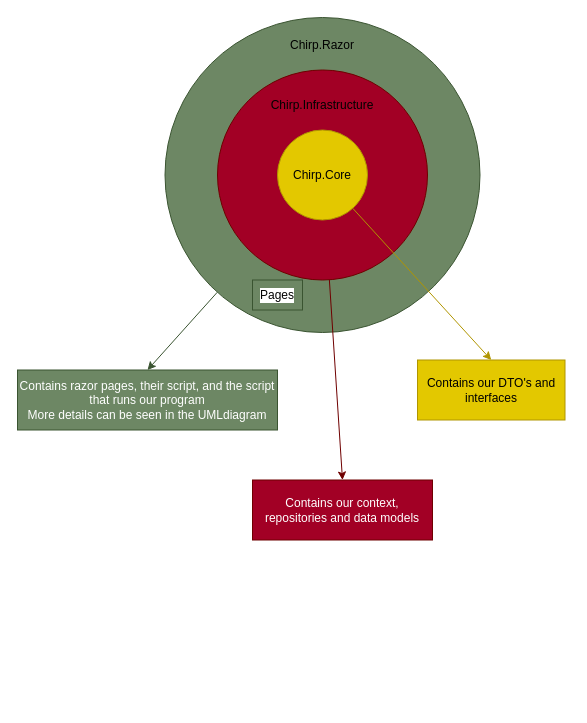
The draw.io diagram Docs/Images/OnionArchitectureDiagram.drawio in ITU-BDSA23-GROUP4/Chirp, before the edit. Source tidied: cells renumbered, new cells numbered last; positions are measured from the earlier drawing's top-left corner, leaving out a move shared by most shapes. Both pictures are drawn from the tidied source at 100%, with x=0, y=0 at pixel (17, 17).
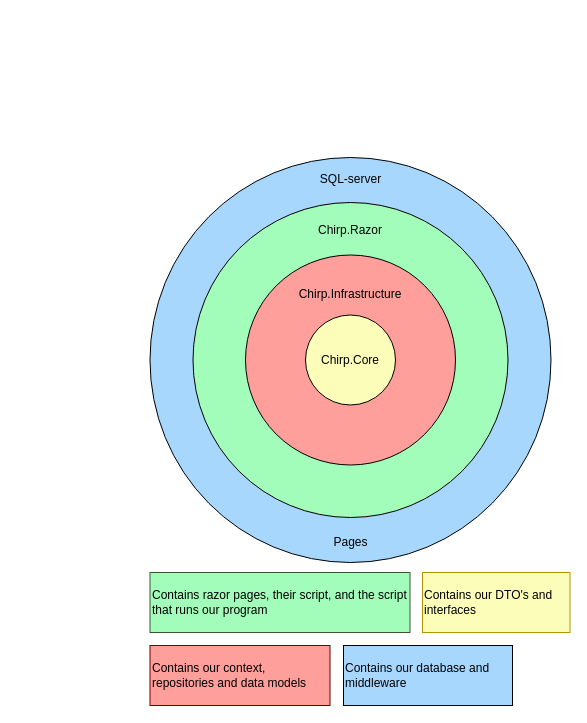
The same page after the edit.

Commit message (it also covers changes not shown here):
Made diagrams

The detailed diagram does not contain intertal relations, since it would create a mess. This will be explained in report

There is not written what the class uses at the end of each arrow, since we were in need of more space

The edit, as a diff of the source:
```diff
@@
-<mxGraphModel>
+<mxGraphModel background="#ffffff">
   <root>
     <mxCell id="0" />
     <mxCell id="1" parent="0" />
-    <mxCell id="2" style="edgeStyle=none;html=1;entryX=0.5;entryY=0;entryDx=0;entryDy=0;fillColor=#6d8764;strokeColor=#3A5431;" parent="1" edge="1" source="3" target="10">
-      <mxGeometry relative="1" as="geometry" />
-    </mxCell>
+    <mxCell id="14" style="ellipse;whiteSpace=wrap;html=1;labelBackgroundColor=none;strokeColor=#000000;strokeWidth=1;fontColor=#000000;fillColor=#A7D7FD;" parent="1" vertex="1">
+      <mxGeometry x="132.5" y="140" width="401" height="405" as="geometry" />
+    </mxCell>
-    <mxCell id="3" style="ellipse;whiteSpace=wrap;html=1;fillColor=#6d8764;fontColor=#ffffff;strokeColor=#3A5431;" parent="1" vertex="1">
-      <mxGeometry x="147.5" width="315" height="315" as="geometry" />
+    <mxCell id="3" style="ellipse;whiteSpace=wrap;html=1;fillColor=#A2FDBA;fontColor=#ffffff;strokeColor=#000000;" parent="1" vertex="1">
+      <mxGeometry x="175.5" y="185" width="315" height="315" as="geometry" />
     </mxCell>
-    <mxCell id="4" style="edgeStyle=none;html=1;entryX=0.5;entryY=0;entryDx=0;entryDy=0;fillColor=#a20025;strokeColor=#6F0000;" parent="1" edge="1" source="5" target="11">
-      <mxGeometry relative="1" as="geometry" />
-    </mxCell>
-    <mxCell id="5" style="ellipse;whiteSpace=wrap;html=1;fillColor=#a20025;fontColor=#ffffff;strokeColor=#6F0000;" parent="1" vertex="1">
-      <mxGeometry x="200" y="52.5" width="210" height="210" as="geometry" />
+    <mxCell id="5" style="ellipse;whiteSpace=wrap;html=1;fillColor=#FE9F9B;fontColor=#ffffff;strokeColor=#000000;strokeWidth=1;" parent="1" vertex="1">
+      <mxGeometry x="228" y="237.5" width="210" height="210" as="geometry" />
     </mxCell>
-    <mxCell id="6" style="edgeStyle=none;html=1;entryX=0.5;entryY=0;entryDx=0;entryDy=0;fillColor=#e3c800;strokeColor=#B09500;" parent="1" edge="1" source="7" target="12">
-      <mxGeometry relative="1" as="geometry" />
-    </mxCell>
-    <mxCell id="7" value="Chirp.Core" style="ellipse;whiteSpace=wrap;html=1;fillColor=#e3c800;fontColor=#000000;strokeColor=#B09500;" parent="1" vertex="1">
-      <mxGeometry x="260" y="112.5" width="90" height="90" as="geometry" />
+    <mxCell id="7" value="Chirp.Core" style="ellipse;whiteSpace=wrap;html=1;fillColor=#FCFDB9;fontColor=#000000;strokeColor=#000000;strokeWidth=1;" parent="1" vertex="1">
+      <mxGeometry x="288" y="297.5" width="90" height="90" as="geometry" />
     </mxCell>
-    <mxCell id="8" value="Chirp.Infrastructure" style="text;html=1;strokeColor=none;fillColor=none;align=center;verticalAlign=middle;whiteSpace=wrap;rounded=0;" parent="1" vertex="1">
-      <mxGeometry x="275" y="72.5" width="60" height="30" as="geometry" />
+    <mxCell id="8" value="&lt;font color=&quot;#000000&quot;&gt;Chirp.Infrastructure&lt;/font&gt;" style="text;html=1;strokeColor=none;fillColor=none;align=center;verticalAlign=middle;whiteSpace=wrap;rounded=0;" parent="1" vertex="1">
+      <mxGeometry x="303" y="261.5" width="60" height="30" as="geometry" />
     </mxCell>
-    <mxCell id="9" value="Chirp.Razor" style="text;html=1;strokeColor=none;fillColor=none;align=center;verticalAlign=middle;whiteSpace=wrap;rounded=0;" parent="1" vertex="1">
-      <mxGeometry x="275" y="12.5" width="60" height="30" as="geometry" />
+    <mxCell id="9" value="&lt;font color=&quot;#000000&quot;&gt;Chirp.Razor&lt;/font&gt;" style="text;html=1;strokeColor=none;fillColor=none;align=center;verticalAlign=middle;whiteSpace=wrap;rounded=0;" parent="1" vertex="1">
+      <mxGeometry x="303" y="198" width="60" height="30" as="geometry" />
     </mxCell>
-    <mxCell id="10" value="Contains razor pages, their script, and the script that runs our program&lt;br&gt;More details can be seen in the UMLdiagram" style="rounded=0;whiteSpace=wrap;html=1;fillColor=#6d8764;fontColor=#ffffff;strokeColor=#3A5431;" parent="1" vertex="1">
-      <mxGeometry y="352.5" width="260" height="60" as="geometry" />
+    <mxCell id="10" value="&lt;font color=&quot;#000000&quot;&gt;Contains razor pages, their script, and the script that runs our program&lt;/font&gt;" style="rounded=0;whiteSpace=wrap;html=1;fillColor=#A2FDBA;fontColor=#ffffff;strokeColor=#3A5431;align=left;" parent="1" vertex="1">
+      <mxGeometry x="132.5" y="555" width="260" height="60" as="geometry" />
     </mxCell>
-    <mxCell id="11" value="Contains our context, repositories and data models" style="rounded=0;whiteSpace=wrap;html=1;fillColor=#a20025;fontColor=#ffffff;strokeColor=#6F0000;" parent="1" vertex="1">
-      <mxGeometry x="235" y="462.5" width="180" height="60" as="geometry" />
+    <mxCell id="11" value="&lt;font color=&quot;#000000&quot;&gt;Contains our context, repositories and data models&lt;/font&gt;" style="rounded=0;whiteSpace=wrap;html=1;fillColor=#FE9F9B;fontColor=#ffffff;strokeColor=#6F0000;align=left;" parent="1" vertex="1">
+      <mxGeometry x="132.5" y="628" width="180" height="60" as="geometry" />
     </mxCell>
-    <mxCell id="12" value="Contains our DTO's and interfaces" style="rounded=0;whiteSpace=wrap;html=1;fillColor=#e3c800;fontColor=#000000;strokeColor=#B09500;" parent="1" vertex="1">
-      <mxGeometry x="400" y="342.5" width="147.5" height="60" as="geometry" />
+    <mxCell id="12" value="Contains our DTO's and interfaces" style="rounded=0;whiteSpace=wrap;html=1;fillColor=#FCFDB9;fontColor=#000000;strokeColor=#B09500;align=left;" parent="1" vertex="1">
+      <mxGeometry x="405" y="555" width="147.5" height="60" as="geometry" />
     </mxCell>
-    <mxCell id="13" value="&lt;font style=&quot;&quot; color=&quot;#030303&quot;&gt;Pages&lt;/font&gt;" style="rounded=0;whiteSpace=wrap;html=1;labelBackgroundColor=#FFFFFF;strokeColor=#3A5431;fontColor=#ffffff;fillColor=#6d8764;" parent="1" vertex="1">
-      <mxGeometry x="235" y="262.5" width="50" height="30" as="geometry" />
+    <mxCell id="13" value="&lt;font color=&quot;#000000&quot;&gt;Pages&lt;/font&gt;" style="html=1;labelBackgroundColor=none;fontColor=#FFFFFF;fillColor=none;strokeColor=none;" parent="1" vertex="1">
+      <mxGeometry x="311.5" y="514" width="43" height="22" as="geometry" />
     </mxCell>
+    <mxCell id="15" value="Contains our database and middleware" style="rounded=0;whiteSpace=wrap;html=1;labelBackgroundColor=none;strokeColor=#000000;strokeWidth=1;fontColor=#000000;fillColor=#A7D7FD;align=left;" parent="1" vertex="1">
+      <mxGeometry x="326" y="628" width="169" height="60" as="geometry" />
+    </mxCell>
+    <mxCell id="16" value="SQL-server" style="text;html=1;align=center;verticalAlign=middle;strokeColor=none;fillColor=none;fontColor=#000000;" parent="1" vertex="1">
+      <mxGeometry x="293.5" y="149" width="79" height="26" as="geometry" />
+    </mxCell>
   </root>
 </mxGraphModel>
```
